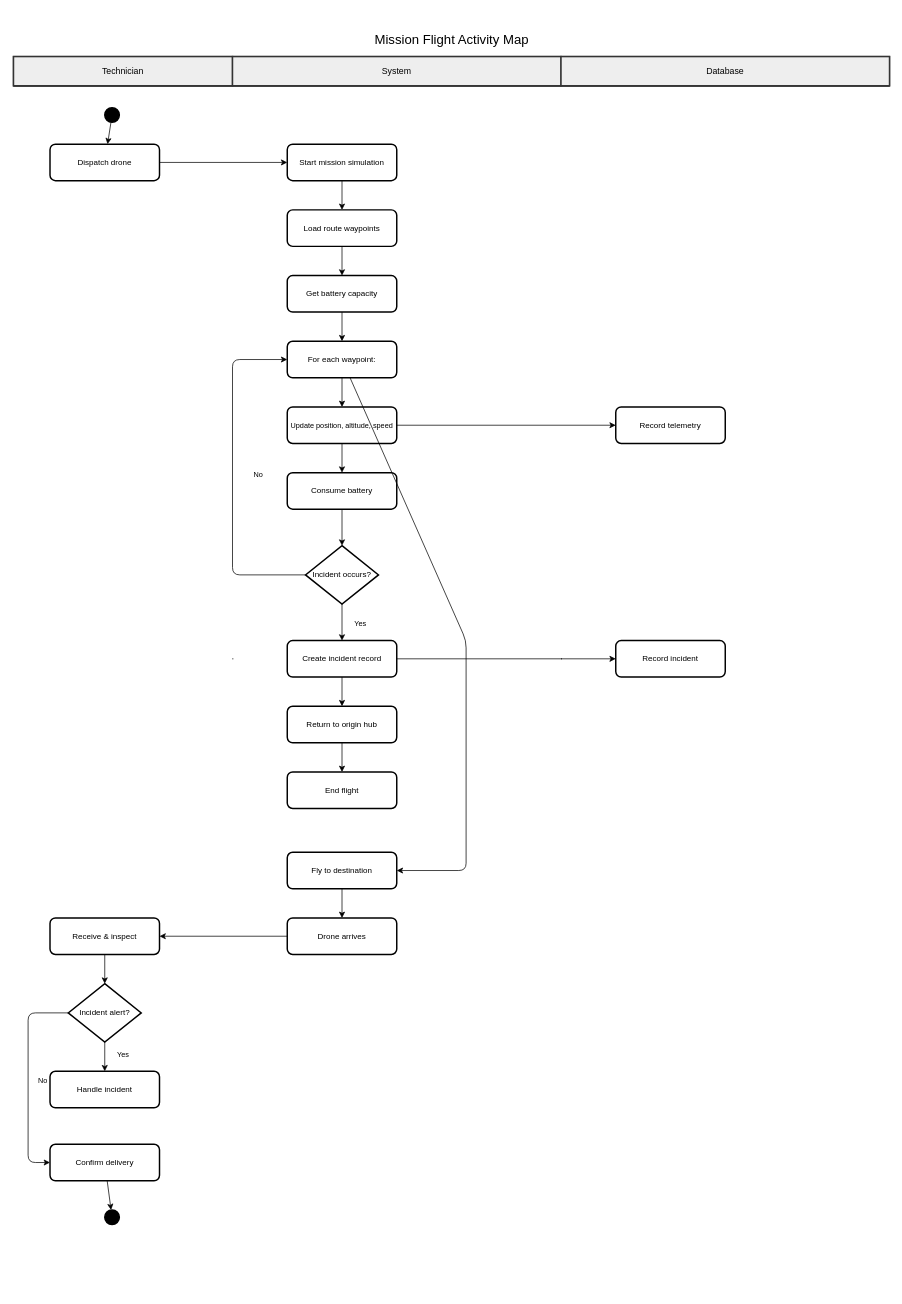
The draw.io diagram MISSION_FLIGHT_ACTIVITY.drawio in LuuViKhanh/ISP492, before the edit. Source tidied: cells renumbered, new cells numbered last; positions are measured from the earlier drawing's top-left corner, leaving out a move shared by most shapes. Both pictures are drawn from the tidied source at 73%, with x=0, y=0 at pixel (13, 27).
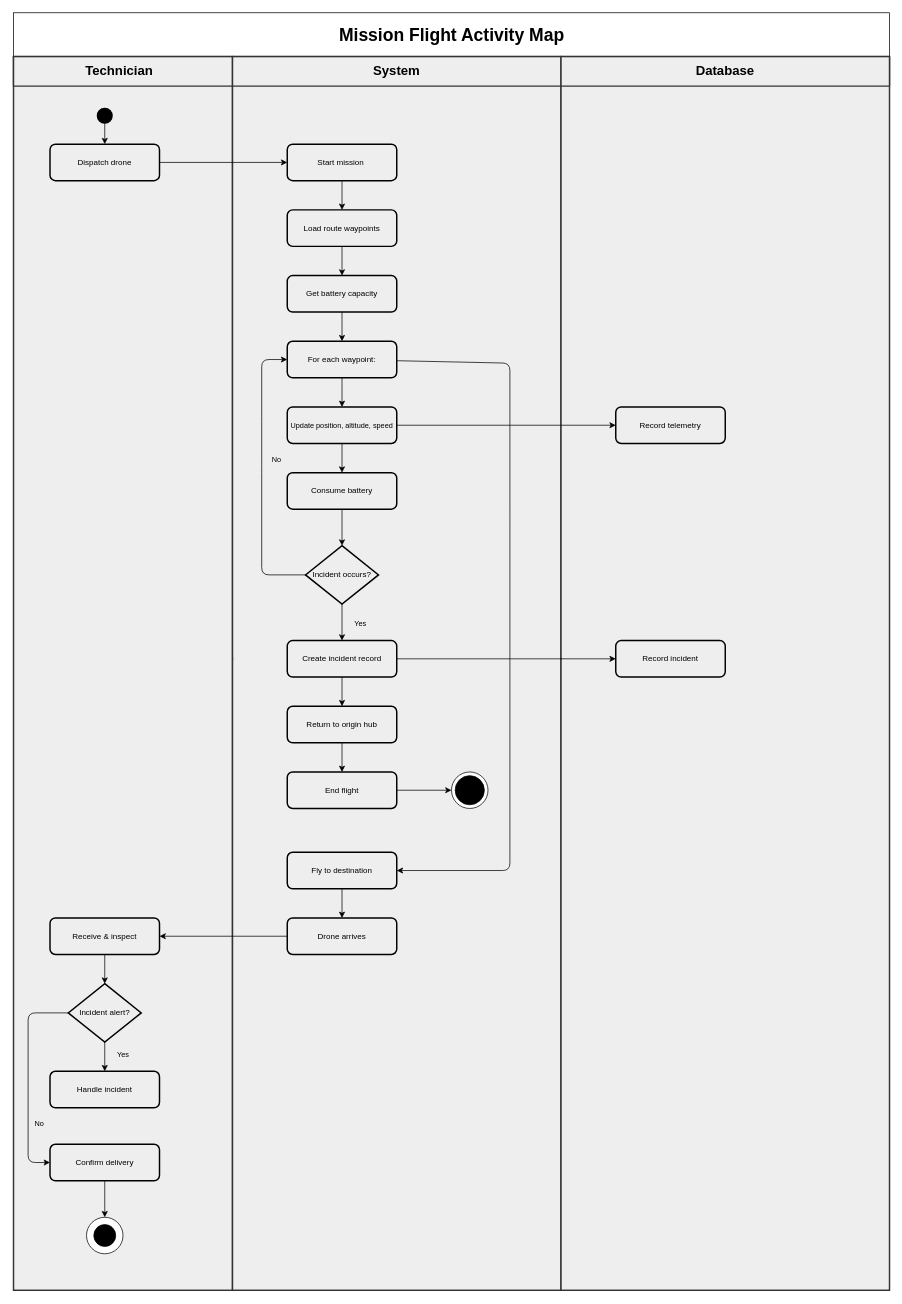
Above is the later version.

Commit message (it also covers changes not shown here):
docs: update Activity Diagrams - add Hub Technician swimlane

Unchanged cells that the change refers to:
```xml
<mxCell id="19" value="For each waypoint:" style="rounded=1;whiteSpace=wrap;html=1;fillColor=none;strokeColor=#000000;strokeWidth=2;fontSize=11;fontStyle=bold;" parent="1" vertex="1">
  <mxGeometry x="375" y="430" width="150" height="50" as="geometry" />
</mxCell>
<mxCell id="27" value="Incident occurs?" style="rhombus;whiteSpace=wrap;html=1;fillColor=none;strokeColor=#000000;strokeWidth=2;fontSize=11;" parent="1" vertex="1">
  <mxGeometry x="400" y="710" width="100" height="80" as="geometry" />
</mxCell>
<mxCell id="38" value="End flight" style="rounded=1;whiteSpace=wrap;html=1;fillColor=none;strokeColor=#000000;strokeWidth=2;fontSize=11;fontStyle=italic;" parent="1" vertex="1">
  <mxGeometry x="375" y="1020" width="150" height="50" as="geometry" />
</mxCell>
<mxCell id="40" value="Fly to destination" style="rounded=1;whiteSpace=wrap;html=1;fillColor=none;strokeColor=#000000;strokeWidth=2;fontSize=11;" parent="1" vertex="1">
  <mxGeometry x="375" y="1130" width="150" height="50" as="geometry" />
</mxCell>
<mxCell id="51" value="Confirm delivery" style="rounded=1;whiteSpace=wrap;html=1;fillColor=none;strokeColor=#000000;strokeWidth=2;fontSize=11;" parent="1" vertex="1">
  <mxGeometry x="50" y="1530" width="150" height="50" as="geometry" />
</mxCell>
```

Change to the diagram source:
```diff
@@
+    <mxCell id="56" style="ellipse;whiteSpace=wrap;html=1;shapeInside=1;" parent="1" vertex="1">
+      <mxGeometry x="95" y="1630" width="80" height="80" as="geometry" />
+    </mxCell>
+    <mxCell id="57" style="ellipse;whiteSpace=wrap;html=1;shapeInside=1;" parent="1" vertex="1">
+      <mxGeometry x="85" y="1600" width="80" height="80" as="geometry" />
+    </mxCell>
+    <mxCell id="58" style="rounded=0;whiteSpace=wrap;html=1;" parent="1" vertex="1">
+      <mxGeometry y="-20" width="1200" height="60" as="geometry" />
+    </mxCell>
+    <mxCell id="59" style="ellipse;whiteSpace=wrap;html=1;shapeInside=1;" parent="1" vertex="1">
+      <mxGeometry x="110" y="1615" width="30" height="30" as="geometry" />
+    </mxCell>
-    <mxCell id="2" value="Mission Flight Activity Map" style="text;html=1;fontSize=18;fontStyle=bold;align=center;fillColor=none;" parent="1" vertex="1">
-      <mxGeometry width="1200" height="30" as="geometry" />
+    <mxCell id="2" value="&lt;font style=&quot;font-size: 24px;&quot;&gt;&lt;b&gt;Mission Flight Activity Map&lt;/b&gt;&lt;/font&gt;" style="text;html=1;fontSize=18;fontStyle=bold;align=center;fillColor=none;" parent="1" vertex="1">
+      <mxGeometry y="-10" width="1200" height="30" as="geometry" />
     </mxCell>
@@
-    <mxCell id="4" value="Technician" style="rectangle;fillColor=#EEEEEE;strokeColor=#333333;strokeWidth=2;fontSize=12;fontStyle=bold;align=center;" parent="1" vertex="1">
-      <mxGeometry y="40" width="300" height="40" as="geometry" />
+    <mxCell id="4" style="rectangle;fillColor=#EEEEEE;strokeColor=#333333;strokeWidth=2;fontSize=12;fontStyle=bold;align=center;" parent="1" vertex="1">
+      <mxGeometry y="40" width="300" height="1690" as="geometry" />
     </mxCell>
-    <mxCell id="5" value="System" style="rectangle;fillColor=#EEEEEE;strokeColor=#333333;strokeWidth=2;fontSize=12;fontStyle=bold;align=center;" parent="1" vertex="1">
-      <mxGeometry x="300" y="40" width="450" height="40" as="geometry" />
+    <mxCell id="5" style="rectangle;fillColor=#EEEEEE;strokeColor=#333333;strokeWidth=2;fontSize=12;fontStyle=bold;align=center;" parent="1" vertex="1">
+      <mxGeometry x="300" y="40" width="450" height="1690" as="geometry" />
     </mxCell>
-    <mxCell id="6" value="Database" style="rectangle;fillColor=#EEEEEE;strokeColor=#333333;strokeWidth=2;fontSize=12;fontStyle=bold;align=center;" parent="1" vertex="1">
-      <mxGeometry x="750" y="40" width="450" height="40" as="geometry" />
+    <mxCell id="6" style="rectangle;fillColor=#EEEEEE;strokeColor=#333333;strokeWidth=2;fontSize=12;fontStyle=bold;align=center;" parent="1" vertex="1">
+      <mxGeometry x="750" y="40" width="450" height="1690" as="geometry" />
     </mxCell>
@@
     <mxCell id="10" style="ellipse;whiteSpace=wrap;html=1;fillColor=#000000;strokeColor=#000000;strokeWidth=2;" parent="1" vertex="1">
-      <mxGeometry x="125" y="110" width="20" height="20" as="geometry" />
+      <mxGeometry x="115" y="111" width="20" height="20" as="geometry" />
     </mxCell>
@@
-    <mxCell id="13" value="Start mission simulation" style="rounded=1;whiteSpace=wrap;html=1;fillColor=none;strokeColor=#000000;strokeWidth=2;fontSize=11;" parent="1" vertex="1">
+    <mxCell id="13" value="Start mission&amp;nbsp;" style="rounded=1;whiteSpace=wrap;html=1;fillColor=none;strokeColor=#000000;strokeWidth=2;fontSize=11;" parent="1" vertex="1">
       <mxGeometry x="375" y="160" width="150" height="50" as="geometry" />
     </mxCell>
@@
     <mxCell id="29" parent="1" edge="1" source="27" target="19">
-      <mxGeometry relative="1" as="geometry">
+      <mxGeometry x="0.07" relative="1" as="geometry">
         <Array as="points">
-          <mxPoint x="300" y="750" />
-          <mxPoint x="300" y="455" />
+          <mxPoint x="340" y="750" />
+          <mxPoint x="340" y="600" />
+          <mxPoint x="340" y="530" />
+          <mxPoint x="340" y="455" />
           <mxPoint x="375" y="455" />
         </Array>
       </mxGeometry>
     </mxCell>
     <mxCell id="30" value="No" style="text;html=1;fontSize=10;align=center;" parent="1" vertex="1">
-      <mxGeometry x="320" y="600" width="30" height="20" as="geometry" />
+      <mxGeometry x="345" y="580" width="30" height="20" as="geometry" />
     </mxCell>
@@
+    <mxCell id="60" style="edgeStyle=orthogonalEdgeStyle;rounded=0;jettySize=auto;html=1;entryX=0;entryY=0.5;entryDx=0;entryDy=0;defaultLabelBackgroundColor=page;" parent="1" edge="1" source="38" target="67">
+      <mxGeometry relative="1" as="geometry" />
+    </mxCell>
@@
     <mxCell id="41" parent="1" edge="1" source="19" target="40">
-      <mxGeometry relative="1" as="geometry">
+      <mxGeometry x="0.14" relative="1" as="geometry">
         <Array as="points">
-          <mxPoint x="620" y="840" />
-          <mxPoint x="620" y="1155" />
+          <mxPoint x="680" y="460" />
+          <mxPoint x="680" y="670" />
+          <mxPoint x="680" y="1155" />
           <mxPoint x="525" y="1155" />
         </Array>
       </mxGeometry>
     </mxCell>
@@
     <mxCell id="53" value="No" style="text;html=1;fontSize=10;align=center;" parent="1" vertex="1">
-      <mxGeometry x="25" y="1430" width="30" height="20" as="geometry" />
+      <mxGeometry x="20" y="1490" width="30" height="20" as="geometry" />
     </mxCell>
-    <mxCell id="54" style="ellipse;whiteSpace=wrap;html=1;fillColor=#000000;strokeColor=#000000;strokeWidth=2;" parent="1" vertex="1">
-      <mxGeometry x="125" y="1620" width="20" height="20" as="geometry" />
-    </mxCell>
-    <mxCell id="55" parent="1" edge="1" source="51" target="54">
-      <mxGeometry relative="1" as="geometry" />
+    <mxCell id="55" parent="1" edge="1" source="51">
+      <mxGeometry relative="1" as="geometry">
+        <mxPoint x="125" y="1630" as="targetPoint" />
+      </mxGeometry>
     </mxCell>
+    <mxCell id="61" value="&lt;span style=&quot;white-space: nowrap;&quot;&gt;&lt;font style=&quot;font-size: 18px;&quot;&gt;&lt;b&gt;Technician&lt;/b&gt;&lt;/font&gt;&lt;/span&gt;" style="text;html=1;whiteSpace=wrap;strokeColor=none;fillColor=none;align=center;verticalAlign=middle;rounded=0;" parent="1" vertex="1">
+      <mxGeometry x="115" y="45" width="60" height="30" as="geometry" />
+    </mxCell>
+    <mxCell id="62" value="&lt;span style=&quot;white-space: nowrap;&quot;&gt;&lt;font style=&quot;font-size: 18px;&quot;&gt;&lt;b&gt;System&lt;/b&gt;&lt;/font&gt;&lt;/span&gt;" style="text;html=1;whiteSpace=wrap;strokeColor=none;fillColor=none;align=center;verticalAlign=middle;rounded=0;" parent="1" vertex="1">
+      <mxGeometry x="495" y="45" width="60" height="30" as="geometry" />
+    </mxCell>
+    <mxCell id="63" value="&lt;span style=&quot;white-space: nowrap;&quot;&gt;&lt;font style=&quot;font-size: 18px;&quot;&gt;&lt;b&gt;Database&lt;/b&gt;&lt;/font&gt;&lt;/span&gt;" style="text;html=1;whiteSpace=wrap;strokeColor=none;fillColor=none;align=center;verticalAlign=middle;rounded=0;" parent="1" vertex="1">
+      <mxGeometry x="945" y="45" width="60" height="30" as="geometry" />
+    </mxCell>
+    <mxCell id="64" style="ellipse;whiteSpace=wrap;html=1;shapeInside=1;" parent="1" vertex="1">
+      <mxGeometry x="100" y="1630" width="50" height="50" as="geometry" />
+    </mxCell>
+    <mxCell id="65" style="ellipse;whiteSpace=wrap;html=1;shapeInside=1;fillColor=#000000;" parent="1" vertex="1">
+      <mxGeometry x="110" y="1640" width="30" height="30" as="geometry" />
+    </mxCell>
+    <mxCell id="66" style="edgeStyle=orthogonalEdgeStyle;rounded=0;orthogonalLoop=1;jettySize=auto;html=1;innerLoopWaypoints=1;exitX=0;exitY=1;exitDx=0;exitDy=0;entryX=1;entryY=1;entryDx=0;entryDy=0;defaultLabelBackgroundColor=page;" parent="1" edge="1" source="65" target="65">
+      <mxGeometry relative="1" as="geometry" />
+    </mxCell>
+    <mxCell id="67" style="ellipse;whiteSpace=wrap;html=1;shapeInside=1;" parent="1" vertex="1">
+      <mxGeometry x="600" y="1020" width="50" height="50" as="geometry" />
+    </mxCell>
+    <mxCell id="68" style="ellipse;whiteSpace=wrap;html=1;shapeInside=1;fillColor=#000000;" parent="1" vertex="1">
+      <mxGeometry x="605" y="1025" width="40" height="40" as="geometry" />
+    </mxCell>
```
